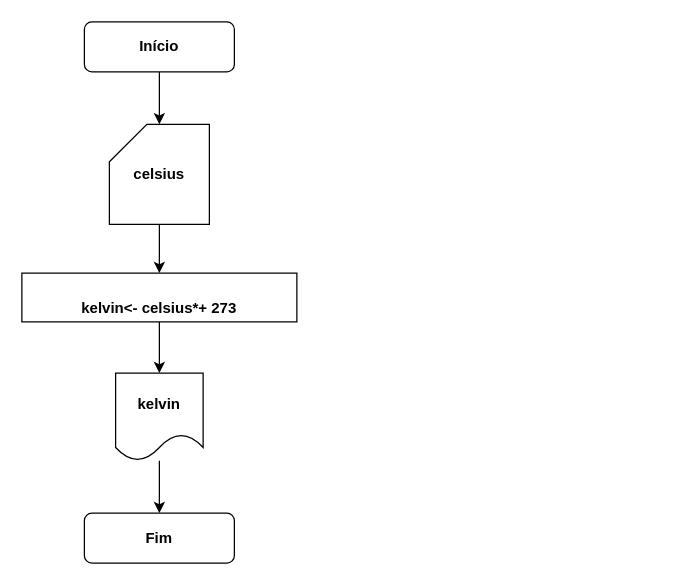
iSamekh/draw.io keeps this draw.io diagram as page "Ex. 1.3" (3 of 4) of Diagrama.drawio. Above is the earlier version. Source tidied: cells renumbered, new cells numbered last; positions are measured from the earlier drawing's top-left corner, leaving out a move shared by most shapes. Both pictures are drawn from the tidied source at 125%, with x=0, y=0 at pixel (21, 21).
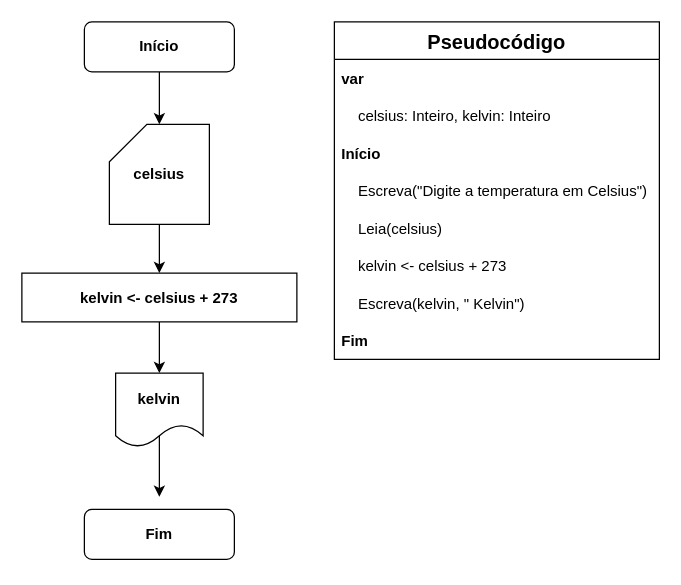
The same diagram, later.

Diff of the diagram source:
```diff
@@
     <mxCell id="4" value="Fim" style="rounded=1;whiteSpace=wrap;html=1;fontSize=12;glass=0;strokeWidth=1;shadow=0;fontStyle=1;" parent="1" vertex="1">
-      <mxGeometry x="50" y="393" width="120" height="40" as="geometry" />
+      <mxGeometry x="50" y="390" width="120" height="40" as="geometry" />
     </mxCell>
-    <mxCell id="5" style="edgeStyle=orthogonalEdgeStyle;rounded=0;jettySize=auto;html=1;fontStyle=1;" parent="1" edge="1" source="6" target="4">
-      <mxGeometry relative="1" as="geometry" />
-    </mxCell>
+    <mxCell id="11" style="edgeStyle=orthogonalEdgeStyle;rounded=0;orthogonalLoop=1;jettySize=auto;html=1;" parent="1" edge="1">
+      <mxGeometry relative="1" as="geometry">
+        <mxPoint x="110" y="330" as="sourcePoint" />
+        <mxPoint x="110" y="380" as="targetPoint" />
+      </mxGeometry>
+    </mxCell>
     <mxCell id="6" value="kelvin" style="shape=document;whiteSpace=wrap;html=1;boundedLbl=1;fontStyle=1;" parent="1" vertex="1">
-      <mxGeometry x="75" y="281" width="70" height="70" as="geometry" />
+      <mxGeometry x="75" y="281" width="70" height="59" as="geometry" />
     </mxCell>
@@
-    <mxCell id="10" value="&lt;br&gt;kelvin&amp;lt;- celsius*+ 273" style="rounded=0;whiteSpace=wrap;html=1;fontStyle=1;" parent="1" vertex="1">
+    <mxCell id="10" value="kelvin &amp;lt;- celsius + 273" style="rounded=0;whiteSpace=wrap;html=1;fontStyle=1;" parent="1" vertex="1">
       <mxGeometry y="201" width="220" height="39" as="geometry" />
     </mxCell>
+    <mxCell id="12" value="Pseudocódigo" style="swimlane;fontStyle=1;horizontal=1;startSize=30;rounded=0;shadow=0;labelBackgroundColor=#FFFFFF;labelBorderColor=none;sketch=0;fillStyle=auto;strokeColor=default;strokeWidth=1;fillColor=default;swimlaneLine=1;glass=0;arcSize=20;fontSize=16;" parent="1" vertex="1">
+      <mxGeometry x="250" width="260" height="270" as="geometry" />
+    </mxCell>
+    <mxCell id="13" value="var" style="text;strokeColor=none;fillColor=none;align=left;verticalAlign=middle;spacingLeft=4;spacingRight=4;overflow=hidden;rounded=1;shadow=0;labelBackgroundColor=none;labelBorderColor=none;sketch=0;fillStyle=auto;strokeWidth=5;glass=0;fontStyle=1;" parent="12" vertex="1">
+      <mxGeometry y="30" width="260" height="30" as="geometry" />
+    </mxCell>
+    <mxCell id="14" value="    celsius: Inteiro, kelvin: Inteiro" style="text;strokeColor=none;fillColor=none;align=left;verticalAlign=middle;spacingLeft=4;spacingRight=4;overflow=hidden;rounded=1;shadow=0;labelBackgroundColor=none;labelBorderColor=none;sketch=1;fillStyle=auto;strokeWidth=5;" parent="12" vertex="1">
+      <mxGeometry y="60" width="260" height="30" as="geometry" />
+    </mxCell>
+    <mxCell id="15" value="Início" style="text;strokeColor=none;fillColor=none;align=left;verticalAlign=middle;spacingLeft=4;spacingRight=4;overflow=hidden;rounded=1;shadow=0;labelBackgroundColor=none;labelBorderColor=none;sketch=1;fillStyle=auto;strokeWidth=5;fontStyle=1;" parent="12" vertex="1">
+      <mxGeometry y="90" width="260" height="30" as="geometry" />
+    </mxCell>
+    <mxCell id="16" value="     Escreva(&quot;Digite a temperatura em Celsius&quot;)" style="text;strokeColor=none;fillColor=none;align=left;verticalAlign=middle;spacingLeft=4;spacingRight=4;overflow=hidden;rounded=1;shadow=0;labelBackgroundColor=none;labelBorderColor=none;sketch=1;fillStyle=auto;strokeWidth=5;fontStyle=0;" parent="12" vertex="1">
+      <mxGeometry y="120" width="260" height="30" as="geometry" />
+    </mxCell>
+    <mxCell id="17" value="     Leia(celsius)" style="text;strokeColor=none;fillColor=none;align=left;verticalAlign=middle;spacingLeft=4;spacingRight=4;overflow=hidden;rounded=1;shadow=0;labelBackgroundColor=none;labelBorderColor=none;sketch=1;fillStyle=auto;strokeWidth=5;fontStyle=0;" parent="12" vertex="1">
+      <mxGeometry y="150" width="260" height="30" as="geometry" />
+    </mxCell>
+    <mxCell id="18" value="    kelvin &lt;- celsius + 273" style="text;strokeColor=none;fillColor=none;align=left;verticalAlign=middle;spacingLeft=4;spacingRight=4;overflow=hidden;rounded=1;shadow=0;labelBackgroundColor=none;labelBorderColor=none;sketch=1;fillStyle=auto;strokeWidth=5;fontStyle=0;" parent="12" vertex="1">
+      <mxGeometry y="180" width="260" height="30" as="geometry" />
+    </mxCell>
+    <mxCell id="19" value="     Escreva(kelvin, &quot; Kelvin&quot;)" style="text;strokeColor=none;fillColor=none;align=left;verticalAlign=middle;spacingLeft=4;spacingRight=4;overflow=hidden;rounded=1;shadow=0;labelBackgroundColor=none;labelBorderColor=none;sketch=1;fillStyle=auto;strokeWidth=5;fontStyle=0;" parent="12" vertex="1">
+      <mxGeometry y="210" width="260" height="30" as="geometry" />
+    </mxCell>
+    <mxCell id="20" value="Fim" style="text;strokeColor=none;fillColor=none;align=left;verticalAlign=middle;spacingLeft=4;spacingRight=4;overflow=hidden;rounded=1;shadow=0;labelBackgroundColor=none;labelBorderColor=none;sketch=1;fillStyle=auto;strokeWidth=5;fontStyle=1;" parent="12" vertex="1">
+      <mxGeometry y="240" width="260" height="30" as="geometry" />
+    </mxCell>
```
